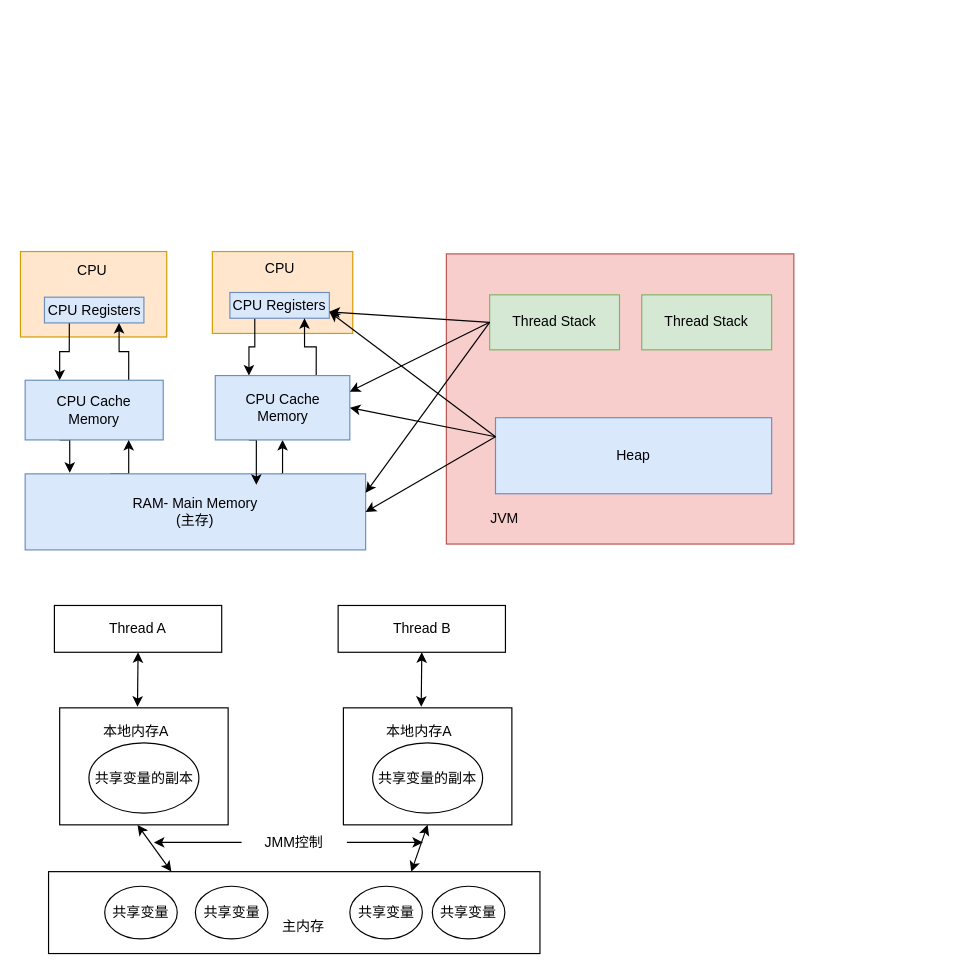
The draw.io diagram page "CPU和缓存" (1 of 2) of Note4hread.drawio in lzdong0714/note, before the edit. Source tidied: cells renumbered, new cells numbered last; positions are measured from the earlier drawing's top-left corner, leaving out a move shared by most shapes. Both pictures are drawn from the tidied source at 117%, with x=0, y=0 at pixel (20, 247).
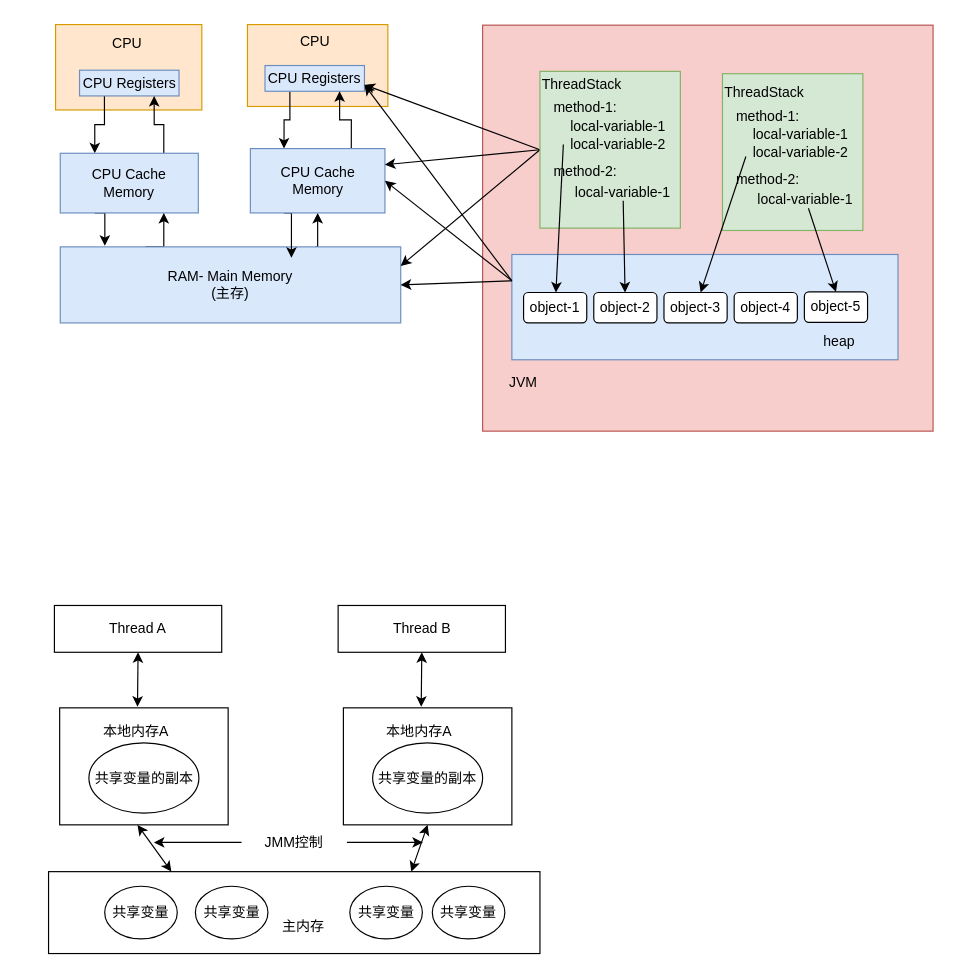
The same diagram, later.

What changed in the source:
```diff
@@
     <mxCell id="2" style="rounded=0;whiteSpace=wrap;html=1;fillColor=#f8cecc;strokeColor=#b85450;" parent="1" vertex="1">
-      <mxGeometry x="364" y="5.5" width="297" height="248" as="geometry" />
+      <mxGeometry x="395" y="-190" width="385" height="347" as="geometry" />
     </mxCell>
     <mxCell id="3" style="rounded=0;whiteSpace=wrap;html=1;fillColor=#ffe6cc;strokeColor=#d79b00;" parent="1" vertex="1">
-      <mxGeometry y="3.5" width="125" height="73" as="geometry" />
+      <mxGeometry x="30" y="-190.5" width="125" height="73" as="geometry" />
     </mxCell>
     <mxCell id="4" value="CPU" style="text;html=1;strokeColor=none;fillColor=none;align=center;verticalAlign=middle;whiteSpace=wrap;rounded=0;direction=south;" parent="1" vertex="1">
-      <mxGeometry x="49" width="25" height="40" as="geometry" />
+      <mxGeometry x="79" y="-194" width="25" height="40" as="geometry" />
     </mxCell>
@@
     <mxCell id="6" value="CPU Registers" style="rounded=0;whiteSpace=wrap;html=1;fillColor=#dae8fc;strokeColor=#6c8ebf;" parent="1" vertex="1">
-      <mxGeometry x="20.5" y="42.5" width="85" height="22" as="geometry" />
+      <mxGeometry x="50.5" y="-151.5" width="85" height="22" as="geometry" />
     </mxCell>
@@
     <mxCell id="9" value="CPU Cache&lt;br&gt;Memory" style="rounded=0;whiteSpace=wrap;html=1;fillColor=#dae8fc;strokeColor=#6c8ebf;" parent="1" vertex="1">
-      <mxGeometry x="4" y="113.5" width="118" height="51" as="geometry" />
+      <mxGeometry x="34" y="-80.5" width="118" height="51" as="geometry" />
     </mxCell>
@@
     <mxCell id="12" value="RAM- Main Memory&lt;br&gt;(主存)" style="rounded=0;whiteSpace=wrap;html=1;fillColor=#dae8fc;strokeColor=#6c8ebf;" parent="1" vertex="1">
-      <mxGeometry x="4" y="193.5" width="291" height="65" as="geometry" />
+      <mxGeometry x="34" y="-0.5" width="291" height="65" as="geometry" />
     </mxCell>
     <mxCell id="13" style="rounded=0;whiteSpace=wrap;html=1;fillColor=#ffe6cc;strokeColor=#d79b00;" parent="1" vertex="1">
-      <mxGeometry x="164" y="3.5" width="120" height="70" as="geometry" />
+      <mxGeometry x="194" y="-190.5" width="120" height="70" as="geometry" />
     </mxCell>
     <mxCell id="14" value="CPU" style="text;html=1;strokeColor=none;fillColor=none;align=center;verticalAlign=middle;whiteSpace=wrap;rounded=0;" parent="1" vertex="1">
-      <mxGeometry x="201.5" y="5.5" width="40" height="25" as="geometry" />
+      <mxGeometry x="231.5" y="-188.5" width="40" height="25" as="geometry" />
     </mxCell>
@@
     <mxCell id="16" value="CPU Registers" style="rounded=0;whiteSpace=wrap;html=1;fillColor=#dae8fc;strokeColor=#6c8ebf;" parent="1" vertex="1">
-      <mxGeometry x="179" y="38.5" width="85" height="22" as="geometry" />
+      <mxGeometry x="209" y="-155.5" width="85" height="22" as="geometry" />
     </mxCell>
@@
     <mxCell id="19" value="CPU Cache&lt;br&gt;Memory" style="rounded=0;whiteSpace=wrap;html=1;fillColor=#dae8fc;strokeColor=#6c8ebf;" parent="1" vertex="1">
-      <mxGeometry x="166.5" y="109.5" width="115" height="55" as="geometry" />
+      <mxGeometry x="196.5" y="-84.5" width="115" height="55" as="geometry" />
     </mxCell>
-    <mxCell id="20" value="Thread Stack" style="rounded=0;whiteSpace=wrap;html=1;fillColor=#d5e8d4;strokeColor=#82b366;" parent="1" vertex="1">
-      <mxGeometry x="401" y="40.5" width="111" height="47" as="geometry" />
-    </mxCell>
-    <mxCell id="21" value="Heap" style="rounded=0;whiteSpace=wrap;html=1;fillColor=#dae8fc;strokeColor=#6c8ebf;" parent="1" vertex="1">
-      <mxGeometry x="406" y="145.5" width="236" height="65" as="geometry" />
+    <mxCell id="21" style="rounded=0;whiteSpace=wrap;html=1;fillColor=#dae8fc;strokeColor=#6c8ebf;" parent="1" vertex="1">
+      <mxGeometry x="420" y="6" width="330" height="90" as="geometry" />
     </mxCell>
-    <mxCell id="22" value="Thread Stack" style="rounded=0;whiteSpace=wrap;html=1;fillColor=#d5e8d4;strokeColor=#82b366;" parent="1" vertex="1">
-      <mxGeometry x="531" y="40.5" width="111" height="47" as="geometry" />
-    </mxCell>
@@
     <mxCell id="29" value="JVM" style="text;html=1;strokeColor=none;fillColor=none;align=center;verticalAlign=middle;whiteSpace=wrap;rounded=0;" parent="1" vertex="1">
-      <mxGeometry x="394" y="221.5" width="40" height="20" as="geometry" />
+      <mxGeometry x="410" y="106" width="40" height="20" as="geometry" />
     </mxCell>
@@
+    <mxCell id="53" value="object-1" style="rounded=1;whiteSpace=wrap;html=1;" parent="1" vertex="1">
+      <mxGeometry x="430" y="38.5" width="54" height="26" as="geometry" />
+    </mxCell>
+    <mxCell id="54" value="heap" style="text;html=1;strokeColor=none;fillColor=none;align=center;verticalAlign=middle;whiteSpace=wrap;rounded=0;" parent="1" vertex="1">
+      <mxGeometry x="680" y="76" width="40" height="10" as="geometry" />
+    </mxCell>
+    <mxCell id="55" value="object-2" style="rounded=1;whiteSpace=wrap;html=1;" parent="1" vertex="1">
+      <mxGeometry x="490" y="38.5" width="54" height="26" as="geometry" />
+    </mxCell>
+    <mxCell id="56" value="object-3" style="rounded=1;whiteSpace=wrap;html=1;" parent="1" vertex="1">
+      <mxGeometry x="550" y="38.5" width="54" height="26" as="geometry" />
+    </mxCell>
+    <mxCell id="57" value="object-4" style="rounded=1;whiteSpace=wrap;html=1;" parent="1" vertex="1">
+      <mxGeometry x="610" y="38.5" width="54" height="26" as="geometry" />
+    </mxCell>
+    <mxCell id="58" style="group;" parent="1" vertex="1">
+      <mxGeometry x="444" y="-150.5" width="120" height="134" as="geometry" />
+    </mxCell>
+    <mxCell id="20" style="rounded=0;whiteSpace=wrap;html=1;fillColor=#d5e8d4;strokeColor=#82b366;" parent="58" vertex="1">
+      <mxGeometry width="120" height="134" as="geometry" />
+    </mxCell>
+    <mxCell id="59" value="ThreadStack" style="text;html=1;strokeColor=none;fillColor=none;align=center;verticalAlign=middle;whiteSpace=wrap;rounded=0;" parent="58" vertex="1">
+      <mxGeometry x="16" y="1.5" width="40" height="20" as="geometry" />
+    </mxCell>
+    <mxCell id="60" value="method-1:" style="text;html=1;strokeColor=none;fillColor=none;align=center;verticalAlign=middle;whiteSpace=wrap;rounded=0;" parent="58" vertex="1">
+      <mxGeometry x="6" y="21.5" width="66" height="20" as="geometry" />
+    </mxCell>
+    <mxCell id="61" value="local-variable-1" style="text;html=1;strokeColor=none;fillColor=none;align=center;verticalAlign=middle;whiteSpace=wrap;rounded=0;" parent="58" vertex="1">
+      <mxGeometry x="24" y="40" width="86" height="15" as="geometry" />
+    </mxCell>
+    <mxCell id="62" value="local-variable-2" style="text;html=1;strokeColor=none;fillColor=none;align=center;verticalAlign=middle;whiteSpace=wrap;rounded=0;" parent="58" vertex="1">
+      <mxGeometry x="20" y="55" width="94" height="15" as="geometry" />
+    </mxCell>
+    <mxCell id="63" value="method-2:" style="text;html=1;strokeColor=none;fillColor=none;align=center;verticalAlign=middle;whiteSpace=wrap;rounded=0;" parent="58" vertex="1">
+      <mxGeometry x="6" y="75.5" width="66" height="20" as="geometry" />
+    </mxCell>
+    <mxCell id="64" value="local-variable-1" style="text;html=1;strokeColor=none;fillColor=none;align=center;verticalAlign=middle;whiteSpace=wrap;rounded=0;" parent="58" vertex="1">
+      <mxGeometry x="28" y="95.5" width="86" height="15" as="geometry" />
+    </mxCell>
+    <mxCell id="65" style="group;" parent="1" vertex="1">
+      <mxGeometry x="600" y="-144" width="120" height="134" as="geometry" />
+    </mxCell>
+    <mxCell id="66" style="rounded=0;whiteSpace=wrap;html=1;fillColor=#d5e8d4;strokeColor=#82b366;" parent="65" vertex="1">
+      <mxGeometry y="-4.5" width="120" height="134" as="geometry" />
+    </mxCell>
+    <mxCell id="67" value="ThreadStack" style="text;html=1;strokeColor=none;fillColor=none;align=center;verticalAlign=middle;whiteSpace=wrap;rounded=0;" parent="65" vertex="1">
+      <mxGeometry x="16" y="1.5" width="40" height="20" as="geometry" />
+    </mxCell>
+    <mxCell id="68" value="method-1:" style="text;html=1;strokeColor=none;fillColor=none;align=center;verticalAlign=middle;whiteSpace=wrap;rounded=0;" parent="65" vertex="1">
+      <mxGeometry x="6" y="21.5" width="66" height="20" as="geometry" />
+    </mxCell>
+    <mxCell id="69" value="local-variable-1" style="text;html=1;strokeColor=none;fillColor=none;align=center;verticalAlign=middle;whiteSpace=wrap;rounded=0;" parent="65" vertex="1">
+      <mxGeometry x="24" y="40" width="86" height="15" as="geometry" />
+    </mxCell>
+    <mxCell id="70" value="local-variable-2" style="text;html=1;strokeColor=none;fillColor=none;align=center;verticalAlign=middle;whiteSpace=wrap;rounded=0;" parent="65" vertex="1">
+      <mxGeometry x="20" y="55" width="94" height="15" as="geometry" />
+    </mxCell>
+    <mxCell id="71" value="method-2:" style="text;html=1;strokeColor=none;fillColor=none;align=center;verticalAlign=middle;whiteSpace=wrap;rounded=0;" parent="65" vertex="1">
+      <mxGeometry x="6" y="75.5" width="66" height="20" as="geometry" />
+    </mxCell>
+    <mxCell id="72" value="local-variable-1" style="text;html=1;strokeColor=none;fillColor=none;align=center;verticalAlign=middle;whiteSpace=wrap;rounded=0;" parent="65" vertex="1">
+      <mxGeometry x="28" y="95.5" width="86" height="15" as="geometry" />
+    </mxCell>
+    <mxCell id="73" style="rounded=0;jettySize=auto;html=1;" parent="1" edge="1" source="64" target="55">
+      <mxGeometry relative="1" as="geometry" />
+    </mxCell>
+    <mxCell id="74" style="edgeStyle=none;rounded=0;jettySize=auto;html=1;exitX=0;exitY=0.75;exitDx=0;exitDy=0;" parent="1" edge="1" source="70" target="56">
+      <mxGeometry relative="1" as="geometry" />
+    </mxCell>
+    <mxCell id="75" value="object-5" style="rounded=1;whiteSpace=wrap;html=1;" parent="1" vertex="1">
+      <mxGeometry x="670" y="38" width="54" height="26" as="geometry" />
+    </mxCell>
+    <mxCell id="76" style="edgeStyle=none;rounded=0;jettySize=auto;html=1;entryX=0.5;entryY=0;entryDx=0;entryDy=0;" parent="1" edge="1" source="72" target="75">
+      <mxGeometry relative="1" as="geometry" />
+    </mxCell>
+    <mxCell id="77" style="edgeStyle=none;rounded=0;jettySize=auto;html=1;exitX=0;exitY=0.5;exitDx=0;exitDy=0;" parent="1" edge="1" source="62" target="53">
+      <mxGeometry relative="1" as="geometry" />
+    </mxCell>
```
